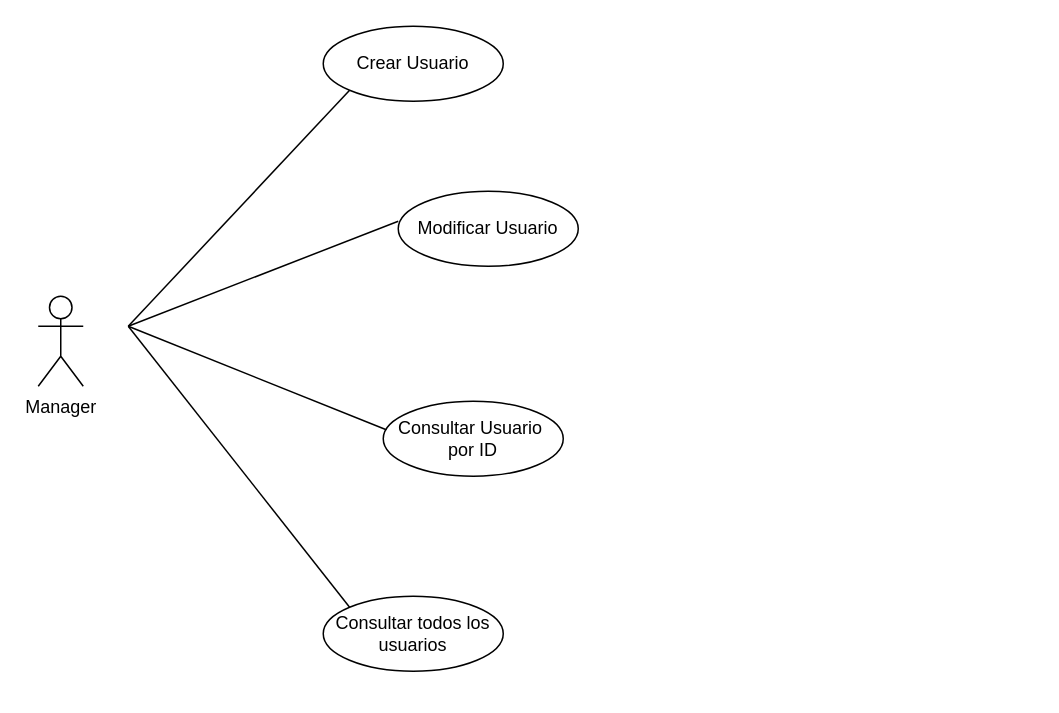
Earlier version of the draw.io diagram Documentación/Diagrama de casos de uso Azahara/Caso de uso relacionado con Usuarios.drawio (idanirf/GADAM). Source tidied: cells renumbered, new cells numbered last; positions are measured from the earlier drawing's top-left corner, leaving out a move shared by most shapes. Both pictures are drawn from the tidied source at 150%, with x=0, y=0 at pixel (38, 26).
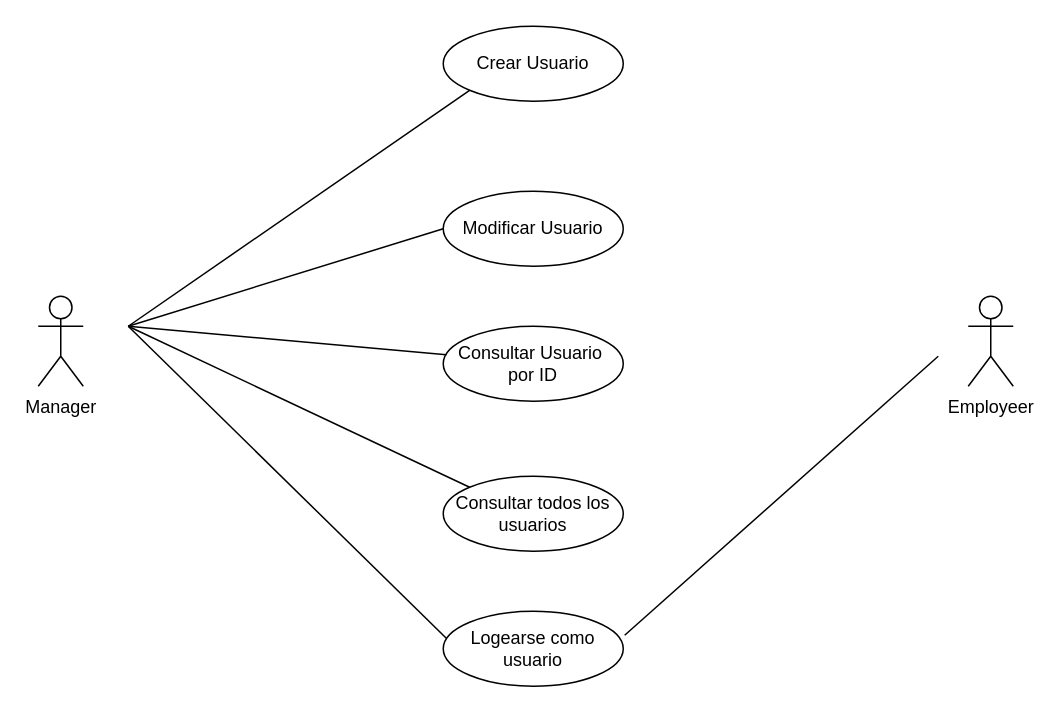
The same diagram, later.

What changed in the source:
```diff
@@
 <mxGraphModel>
   <root>
     <mxCell id="0" />
     <mxCell id="1" parent="0" />
     <mxCell id="2" value="Crear Usuario" style="ellipse;whiteSpace=wrap;html=1;" parent="1" vertex="1">
-      <mxGeometry x="190" width="120" height="50" as="geometry" />
+      <mxGeometry x="270" width="120" height="50" as="geometry" />
     </mxCell>
     <mxCell id="3" value="Modificar Usuario" style="ellipse;whiteSpace=wrap;html=1;" parent="1" vertex="1">
-      <mxGeometry x="240" y="110" width="120" height="50" as="geometry" />
+      <mxGeometry x="270" y="110" width="120" height="50" as="geometry" />
     </mxCell>
     <mxCell id="4" value="Consultar Usuario&amp;nbsp; por ID" style="ellipse;whiteSpace=wrap;html=1;" parent="1" vertex="1">
-      <mxGeometry x="230" y="250" width="120" height="50" as="geometry" />
+      <mxGeometry x="270" y="200" width="120" height="50" as="geometry" />
     </mxCell>
     <mxCell id="5" value="Consultar todos los usuarios" style="ellipse;whiteSpace=wrap;html=1;" parent="1" vertex="1">
-      <mxGeometry x="190" y="380" width="120" height="50" as="geometry" />
+      <mxGeometry x="270" y="300" width="120" height="50" as="geometry" />
     </mxCell>
     <mxCell id="6" value="Manager" style="shape=umlActor;verticalLabelPosition=bottom;verticalAlign=top;html=1;" parent="1" vertex="1">
       <mxGeometry y="180" width="30" height="60" as="geometry" />
     </mxCell>
     <mxCell id="7" style="endArrow=none;html=1;entryX=0;entryY=1;entryDx=0;entryDy=0;" parent="1" edge="1" target="2">
       <mxGeometry relative="1" as="geometry">
         <mxPoint x="60" y="200" as="sourcePoint" />
       </mxGeometry>
     </mxCell>
-    <mxCell id="8" style="endArrow=none;html=1;" parent="1" edge="1">
+    <mxCell id="8" style="endArrow=none;html=1;entryX=0;entryY=0.5;entryDx=0;entryDy=0;" parent="1" edge="1" target="3">
       <mxGeometry relative="1" as="geometry">
         <mxPoint x="60" y="200" as="sourcePoint" />
-        <mxPoint x="240" y="130" as="targetPoint" />
       </mxGeometry>
     </mxCell>
     <mxCell id="9" style="endArrow=none;html=1;entryX=0.017;entryY=0.38;entryDx=0;entryDy=0;entryPerimeter=0;" parent="1" edge="1" target="4">
       <mxGeometry relative="1" as="geometry">
         <mxPoint x="60" y="200" as="sourcePoint" />
       </mxGeometry>
     </mxCell>
     <mxCell id="10" style="endArrow=none;html=1;entryX=0;entryY=0;entryDx=0;entryDy=0;" parent="1" edge="1" target="5">
       <mxGeometry relative="1" as="geometry">
         <mxPoint x="60" y="200" as="sourcePoint" />
       </mxGeometry>
     </mxCell>
+    <mxCell id="11" value="Logearse como usuario" style="ellipse;whiteSpace=wrap;html=1;" parent="1" vertex="1">
+      <mxGeometry x="270" y="390" width="120" height="50" as="geometry" />
+    </mxCell>
+    <mxCell id="12" style="endArrow=none;html=1;entryX=0.017;entryY=0.36;entryDx=0;entryDy=0;entryPerimeter=0;" parent="1" edge="1" target="11">
+      <mxGeometry relative="1" as="geometry">
+        <mxPoint x="60" y="200" as="sourcePoint" />
+      </mxGeometry>
+    </mxCell>
+    <mxCell id="13" value="Employeer" style="shape=umlActor;verticalLabelPosition=bottom;verticalAlign=top;html=1;" parent="1" vertex="1">
+      <mxGeometry x="620" y="180" width="30" height="60" as="geometry" />
+    </mxCell>
+    <mxCell id="14" style="endArrow=none;html=1;exitX=1.008;exitY=0.32;exitDx=0;exitDy=0;exitPerimeter=0;" parent="1" edge="1" source="11">
+      <mxGeometry relative="1" as="geometry">
+        <mxPoint x="600" y="220" as="targetPoint" />
+      </mxGeometry>
+    </mxCell>
   </root>
 </mxGraphModel>
```
